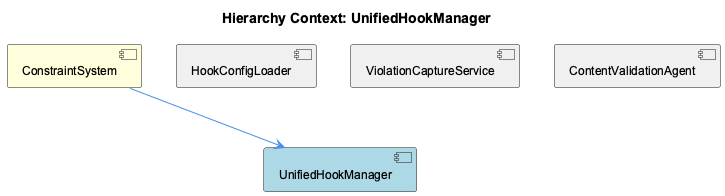
Earlier version of the PlantUML export knowledge-management/insights/images/unified-hook-manager-relationship.png (fwornle/coding).
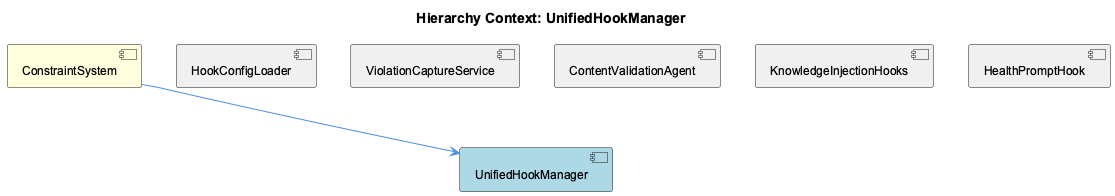
The same file after the commit.

Change to the diagram source:
```diff
@@ -8,10 +8,14 @@
 [HookConfigLoader] as hook_config_loader #F0F0F0
 [ViolationCaptureService] as violation_capture_service #F0F0F0
 [ContentValidationAgent] as content_validation_agent #F0F0F0
+[KnowledgeInjectionHooks] as knowledge_injection_hooks #F0F0F0
+[HealthPromptHook] as health_prompt_hook #F0F0F0
 
 constraint_system --> unified_hook_manager
 hook_config_loader -[hidden]- unified_hook_manager
 violation_capture_service -[hidden]- unified_hook_manager
 content_validation_agent -[hidden]- unified_hook_manager
+knowledge_injection_hooks -[hidden]- unified_hook_manager
+health_prompt_hook -[hidden]- unified_hook_manager
 
 @enduml
```
